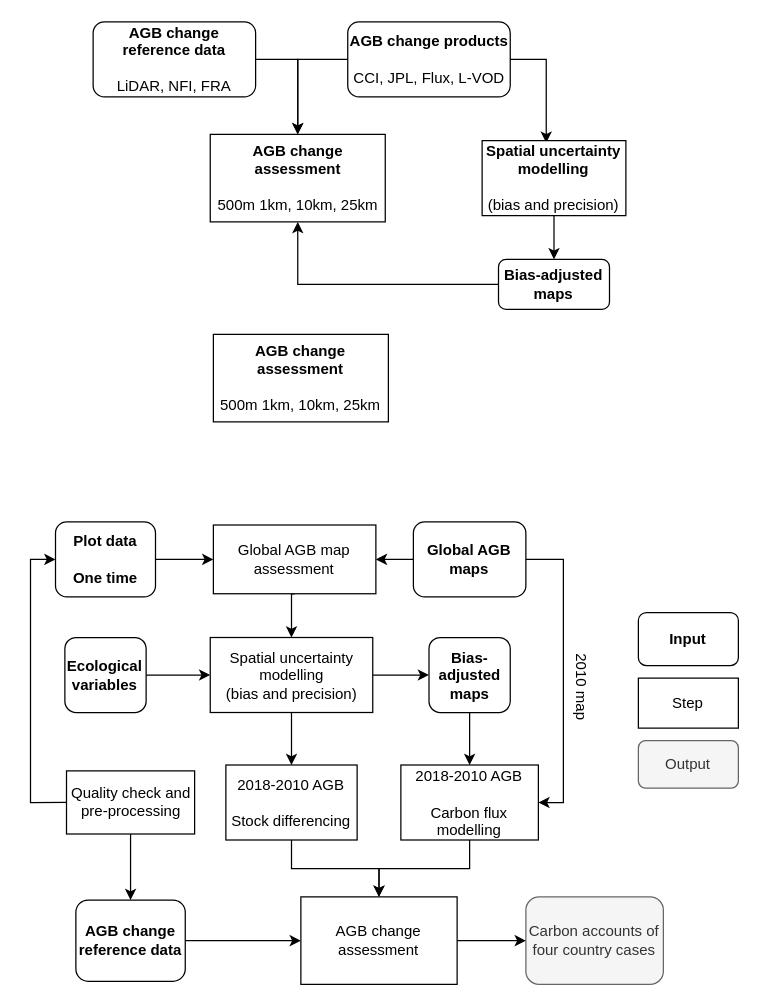
Before: paper2.drawio in arnanaraza/diagrams, a draw.io diagram. Source tidied: cells renumbered, new cells numbered last; positions are measured from the earlier drawing's top-left corner, leaving out a move shared by most shapes. Both pictures are drawn from the tidied source at 125%, with x=0, y=0 at pixel (55, 21).
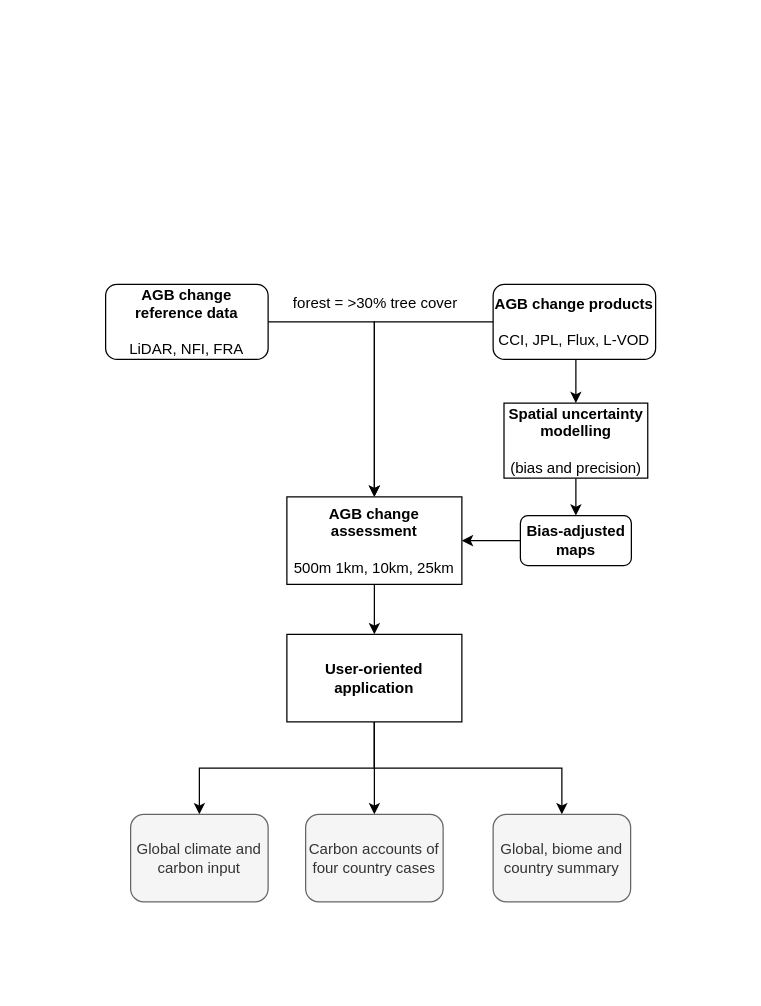
After the change.

Change to the diagram source:
```diff
@@
-    <mxCell id="2" style="edgeStyle=orthogonalEdgeStyle;rounded=0;jettySize=auto;html=1;exitX=0.5;exitY=1;exitDx=0;exitDy=0;entryX=0.5;entryY=0;entryDx=0;entryDy=0;" parent="1" edge="1" source="3" target="8">
-      <mxGeometry relative="1" as="geometry" />
-    </mxCell>
-    <mxCell id="3" value="2018-2010 AGB &lt;br&gt;&lt;br&gt;Stock differencing" style="rounded=0;whiteSpace=wrap;html=1;" parent="1" vertex="1">
-      <mxGeometry x="136.2" y="594.5" width="105" height="60" as="geometry" />
-    </mxCell>
-    <mxCell id="4" value="Carbon accounts of four country cases" style="rounded=1;whiteSpace=wrap;html=1;fillColor=#f5f5f5;strokeColor=#666666;fontColor=#333333;" parent="1" vertex="1">
-      <mxGeometry x="376.2" y="700" width="110" height="70" as="geometry" />
-    </mxCell>
-    <mxCell id="5" style="edgeStyle=orthogonalEdgeStyle;rounded=0;jettySize=auto;html=1;exitX=1;exitY=0.5;exitDx=0;exitDy=0;entryX=0;entryY=0.5;entryDx=0;entryDy=0;" parent="1" edge="1" source="6" target="10">
-      <mxGeometry relative="1" as="geometry" />
-    </mxCell>
-    <mxCell id="6" value="&lt;b style=&quot;font-family: &amp;#34;helvetica&amp;#34;&quot;&gt;Plot data&lt;br&gt;&lt;br&gt;One time&lt;br&gt;&lt;/b&gt;" style="rounded=1;whiteSpace=wrap;html=1;" parent="1" vertex="1">
-      <mxGeometry x="-0.1" y="400" width="80" height="60" as="geometry" />
-    </mxCell>
-    <mxCell id="7" style="edgeStyle=orthogonalEdgeStyle;rounded=0;jettySize=auto;html=1;exitX=1;exitY=0.5;exitDx=0;exitDy=0;entryX=0;entryY=0.5;entryDx=0;entryDy=0;" parent="1" edge="1" source="8" target="4">
-      <mxGeometry relative="1" as="geometry" />
-    </mxCell>
-    <mxCell id="8" value="AGB change assessment" style="rounded=1;whiteSpace=wrap;html=1;arcSize=0;" parent="1" vertex="1">
-      <mxGeometry x="196.2" y="700" width="125" height="70" as="geometry" />
-    </mxCell>
-    <mxCell id="9" style="edgeStyle=orthogonalEdgeStyle;rounded=0;jettySize=auto;html=1;exitX=0.5;exitY=1;exitDx=0;exitDy=0;entryX=0.5;entryY=0;entryDx=0;entryDy=0;" parent="1" edge="1" source="10" target="18">
-      <mxGeometry relative="1" as="geometry" />
-    </mxCell>
-    <mxCell id="10" value="Global AGB map assessment" style="rounded=0;whiteSpace=wrap;html=1;" parent="1" vertex="1">
-      <mxGeometry x="126.2" y="402.5" width="130" height="55" as="geometry" />
-    </mxCell>
-    <mxCell id="11" style="edgeStyle=orthogonalEdgeStyle;rounded=0;jettySize=auto;html=1;exitX=1;exitY=0.5;exitDx=0;exitDy=0;entryX=1;entryY=0.5;entryDx=0;entryDy=0;" parent="1" edge="1" source="13" target="22">
-      <mxGeometry relative="1" as="geometry" />
-    </mxCell>
-    <mxCell id="12" style="edgeStyle=orthogonalEdgeStyle;rounded=0;jettySize=auto;html=1;exitX=0;exitY=0.5;exitDx=0;exitDy=0;entryX=1;entryY=0.5;entryDx=0;entryDy=0;" parent="1" edge="1" source="13" target="10">
-      <mxGeometry relative="1" as="geometry" />
-    </mxCell>
-    <mxCell id="13" value="&lt;b&gt;Global AGB maps&lt;br&gt;&lt;/b&gt;" style="rounded=1;whiteSpace=wrap;html=1;" parent="1" vertex="1">
-      <mxGeometry x="286.2" y="400" width="90" height="60" as="geometry" />
-    </mxCell>
-    <mxCell id="14" style="edgeStyle=orthogonalEdgeStyle;rounded=0;jettySize=auto;html=1;exitX=1;exitY=0.5;exitDx=0;exitDy=0;entryX=0;entryY=0.5;entryDx=0;entryDy=0;" parent="1" edge="1" source="15" target="18">
-      <mxGeometry relative="1" as="geometry" />
-    </mxCell>
-    <mxCell id="15" value="&lt;b&gt;Ecological variables&lt;br&gt;&lt;/b&gt;" style="rounded=1;whiteSpace=wrap;html=1;" parent="1" vertex="1">
-      <mxGeometry x="7.4" y="492.5" width="65" height="60" as="geometry" />
-    </mxCell>
-    <mxCell id="16" style="edgeStyle=orthogonalEdgeStyle;rounded=0;jettySize=auto;html=1;exitX=0.5;exitY=1;exitDx=0;exitDy=0;entryX=0.5;entryY=0;entryDx=0;entryDy=0;" parent="1" edge="1" source="18" target="3">
-      <mxGeometry relative="1" as="geometry" />
-    </mxCell>
-    <mxCell id="17" style="edgeStyle=orthogonalEdgeStyle;rounded=0;jettySize=auto;html=1;exitX=1;exitY=0.5;exitDx=0;exitDy=0;entryX=0;entryY=0.5;entryDx=0;entryDy=0;" parent="1" edge="1" source="18" target="24">
-      <mxGeometry relative="1" as="geometry" />
-    </mxCell>
-    <mxCell id="18" value="Spatial uncertainty modelling &lt;br&gt;(bias and precision)" style="rounded=0;whiteSpace=wrap;html=1;" parent="1" vertex="1">
-      <mxGeometry x="123.7" y="492.5" width="130" height="60" as="geometry" />
-    </mxCell>
-    <mxCell id="19" style="edgeStyle=orthogonalEdgeStyle;rounded=0;jettySize=auto;html=1;exitX=1;exitY=0.5;exitDx=0;exitDy=0;entryX=0;entryY=0.5;entryDx=0;entryDy=0;" parent="1" edge="1" source="20" target="8">
-      <mxGeometry relative="1" as="geometry" />
-    </mxCell>
-    <mxCell id="20" value="&lt;b style=&quot;font-family: &amp;#34;helvetica&amp;#34;&quot;&gt;AGB change reference data&lt;br&gt;&lt;/b&gt;" style="rounded=1;whiteSpace=wrap;html=1;" parent="1" vertex="1">
-      <mxGeometry x="16.2" y="702.5" width="87.5" height="65" as="geometry" />
-    </mxCell>
-    <mxCell id="21" style="edgeStyle=orthogonalEdgeStyle;rounded=0;jettySize=auto;html=1;exitX=0.5;exitY=1;exitDx=0;exitDy=0;entryX=0.5;entryY=0;entryDx=0;entryDy=0;" parent="1" edge="1" source="22" target="8">
-      <mxGeometry relative="1" as="geometry" />
-    </mxCell>
-    <mxCell id="22" value="2018-2010 AGB&lt;br&gt;&lt;br&gt;Carbon flux modelling" style="rounded=0;whiteSpace=wrap;html=1;" parent="1" vertex="1">
-      <mxGeometry x="276.2" y="594.5" width="110" height="60" as="geometry" />
-    </mxCell>
-    <mxCell id="23" style="edgeStyle=orthogonalEdgeStyle;rounded=0;jettySize=auto;html=1;exitX=0.5;exitY=1;exitDx=0;exitDy=0;entryX=0.5;entryY=0;entryDx=0;entryDy=0;" parent="1" edge="1" source="24" target="22">
-      <mxGeometry relative="1" as="geometry" />
-    </mxCell>
-    <mxCell id="24" value="&lt;b&gt;Bias-adjusted maps&lt;br&gt;&lt;/b&gt;" style="rounded=1;whiteSpace=wrap;html=1;" parent="1" vertex="1">
-      <mxGeometry x="298.7" y="492.5" width="65" height="60" as="geometry" />
-    </mxCell>
-    <mxCell id="25" value="2010 map" style="text;html=1;align=center;verticalAlign=middle;whiteSpace=wrap;rounded=0;rotation=90;" parent="1" vertex="1">
-      <mxGeometry x="386.2" y="522.5" width="70" height="20" as="geometry" />
-    </mxCell>
-    <mxCell id="26" value="&lt;b&gt;Input&lt;br&gt;&lt;/b&gt;" style="rounded=1;whiteSpace=wrap;html=1;" parent="1" vertex="1">
-      <mxGeometry x="466.2" y="472.5" width="80" height="42.5" as="geometry" />
-    </mxCell>
-    <mxCell id="27" value="Step" style="rounded=0;whiteSpace=wrap;html=1;" parent="1" vertex="1">
-      <mxGeometry x="466.2" y="525" width="80" height="40" as="geometry" />
-    </mxCell>
-    <mxCell id="28" value="Output" style="rounded=1;whiteSpace=wrap;html=1;fillColor=#f5f5f5;strokeColor=#666666;fontColor=#333333;" parent="1" vertex="1">
-      <mxGeometry x="466.2" y="575" width="80" height="38" as="geometry" />
-    </mxCell>
-    <mxCell id="29" style="edgeStyle=orthogonalEdgeStyle;rounded=0;jettySize=auto;html=1;exitX=0.5;exitY=1;exitDx=0;exitDy=0;entryX=0.5;entryY=0;entryDx=0;entryDy=0;" parent="1" edge="1" source="31" target="20">
-      <mxGeometry relative="1" as="geometry" />
-    </mxCell>
-    <mxCell id="30" style="edgeStyle=orthogonalEdgeStyle;rounded=0;jettySize=auto;html=1;exitX=0;exitY=0.5;exitDx=0;exitDy=0;entryX=0;entryY=0.5;entryDx=0;entryDy=0;" parent="1" edge="1" source="31" target="6">
-      <mxGeometry relative="1" as="geometry" />
-    </mxCell>
-    <mxCell id="31" value="Quality check and pre-processing" style="rounded=1;whiteSpace=wrap;html=1;arcSize=0;" parent="1" vertex="1">
-      <mxGeometry x="8.7" y="599.2" width="102.5" height="50.5" as="geometry" />
-    </mxCell>
@@
     <mxCell id="33" value="&lt;b style=&quot;font-family: &amp;#34;helvetica&amp;#34;&quot;&gt;AGB change reference data&lt;/b&gt;&lt;br style=&quot;font-family: &amp;#34;helvetica&amp;#34;&quot;&gt;&lt;br style=&quot;font-family: &amp;#34;helvetica&amp;#34;&quot;&gt;&lt;span style=&quot;font-family: &amp;#34;helvetica&amp;#34;&quot;&gt;LiDAR, NFI, FRA&lt;/span&gt;" style="rounded=1;whiteSpace=wrap;html=1;shadow=0;glass=0;sketch=0;" parent="1" vertex="1">
-      <mxGeometry x="30" width="130" height="60" as="geometry" />
+      <mxGeometry x="40" y="210" width="130" height="60" as="geometry" />
     </mxCell>
@@
-    <mxCell id="35" style="edgeStyle=orthogonalEdgeStyle;rounded=0;jettySize=auto;html=1;exitX=1;exitY=0.5;exitDx=0;exitDy=0;entryX=0.446;entryY=0.03;entryDx=0;entryDy=0;entryPerimeter=0;" parent="1" edge="1" source="36" target="42">
+    <mxCell id="35" style="edgeStyle=orthogonalEdgeStyle;rounded=0;jettySize=auto;html=1;exitX=0.5;exitY=1;exitDx=0;exitDy=0;entryX=0.5;entryY=0;entryDx=0;entryDy=0;" parent="1" edge="1" source="36" target="42">
       <mxGeometry relative="1" as="geometry" />
     </mxCell>
     <mxCell id="36" value="&lt;b&gt;AGB change products&lt;br&gt;&lt;/b&gt;&lt;br&gt;CCI, JPL, Flux, L-VOD&lt;span style=&quot;font-family: &amp;#34;helvetica&amp;#34;&quot;&gt;&lt;br&gt;&lt;/span&gt;" style="rounded=1;whiteSpace=wrap;html=1;" parent="1" vertex="1">
-      <mxGeometry x="233.7" width="130" height="60" as="geometry" />
+      <mxGeometry x="350" y="210" width="130" height="60" as="geometry" />
     </mxCell>
-    <mxCell id="37" style="edgeStyle=orthogonalEdgeStyle;rounded=0;jettySize=auto;html=1;exitX=0;exitY=0.5;exitDx=0;exitDy=0;entryX=0.5;entryY=1;entryDx=0;entryDy=0;" parent="1" edge="1" source="38" target="39">
+    <mxCell id="37" style="edgeStyle=orthogonalEdgeStyle;rounded=0;jettySize=auto;html=1;exitX=0;exitY=0.5;exitDx=0;exitDy=0;entryX=1;entryY=0.5;entryDx=0;entryDy=0;" parent="1" edge="1" source="38" target="39">
       <mxGeometry relative="1" as="geometry" />
     </mxCell>
     <mxCell id="38" value="&lt;b&gt;Bias-adjusted maps&lt;br&gt;&lt;/b&gt;" style="rounded=1;whiteSpace=wrap;html=1;" parent="1" vertex="1">
-      <mxGeometry x="354.3" y="190" width="88.8" height="40" as="geometry" />
+      <mxGeometry x="371.8" y="395" width="88.8" height="40" as="geometry" />
     </mxCell>
+    <mxCell id="43" style="edgeStyle=orthogonalEdgeStyle;rounded=0;jettySize=auto;html=1;exitX=0.5;exitY=1;exitDx=0;exitDy=0;entryX=0.5;entryY=0;entryDx=0;entryDy=0;" parent="1" edge="1" source="39" target="40">
+      <mxGeometry relative="1" as="geometry" />
+    </mxCell>
     <mxCell id="39" value="&lt;b&gt;AGB change assessment&lt;/b&gt;&lt;br&gt;&lt;br&gt;500m 1km, 10km, 25km" style="rounded=0;whiteSpace=wrap;html=1;" parent="1" vertex="1">
-      <mxGeometry x="123.7" y="90" width="140" height="70" as="geometry" />
+      <mxGeometry x="185" y="380" width="140" height="70" as="geometry" />
     </mxCell>
+    <mxCell id="44" style="edgeStyle=orthogonalEdgeStyle;rounded=0;jettySize=auto;html=1;exitX=0.5;exitY=1;exitDx=0;exitDy=0;entryX=0.5;entryY=0;entryDx=0;entryDy=0;" parent="1" edge="1" source="40" target="4">
+      <mxGeometry relative="1" as="geometry" />
+    </mxCell>
+    <mxCell id="45" style="edgeStyle=orthogonalEdgeStyle;rounded=0;jettySize=auto;html=1;exitX=0.5;exitY=1;exitDx=0;exitDy=0;entryX=0.5;entryY=0;entryDx=0;entryDy=0;" parent="1" edge="1" source="40" target="48">
+      <mxGeometry relative="1" as="geometry" />
+    </mxCell>
+    <mxCell id="46" style="edgeStyle=orthogonalEdgeStyle;rounded=0;jettySize=auto;html=1;exitX=0.5;exitY=1;exitDx=0;exitDy=0;entryX=0.5;entryY=0;entryDx=0;entryDy=0;" parent="1" edge="1" source="40" target="49">
+      <mxGeometry relative="1" as="geometry" />
+    </mxCell>
-    <mxCell id="40" value="&lt;b&gt;AGB change assessment&lt;/b&gt;&lt;br&gt;&lt;br&gt;500m 1km, 10km, 25km" style="rounded=0;whiteSpace=wrap;html=1;" parent="1" vertex="1">
-      <mxGeometry x="126.2" y="250" width="140" height="70" as="geometry" />
+    <mxCell id="40" value="&lt;b&gt;User-oriented application&lt;/b&gt;" style="rounded=0;whiteSpace=wrap;html=1;" parent="1" vertex="1">
+      <mxGeometry x="185" y="490" width="140" height="70" as="geometry" />
     </mxCell>
@@
     <mxCell id="42" value="&lt;b&gt;Spatial uncertainty modelling &lt;br&gt;&lt;/b&gt;&lt;br&gt;(bias and precision)" style="rounded=0;whiteSpace=wrap;html=1;" parent="1" vertex="1">
-      <mxGeometry x="341.2" y="95" width="115" height="60" as="geometry" />
+      <mxGeometry x="358.7" y="305" width="115" height="60" as="geometry" />
     </mxCell>
+    <mxCell id="47" value="forest = &amp;gt;30% tree cover" style="text;html=1;strokeColor=none;fillColor=none;align=center;verticalAlign=middle;whiteSpace=wrap;rounded=0;" parent="1" vertex="1">
+      <mxGeometry x="157.4" y="210" width="197.5" height="30" as="geometry" />
+    </mxCell>
+    <mxCell id="4" value="Carbon accounts of four country cases" style="rounded=1;whiteSpace=wrap;html=1;fillColor=#f5f5f5;strokeColor=#666666;fontColor=#333333;" parent="1" vertex="1">
+      <mxGeometry x="200" y="634" width="110" height="70" as="geometry" />
+    </mxCell>
+    <mxCell id="48" value="Global climate and carbon input" style="rounded=1;whiteSpace=wrap;html=1;fillColor=#f5f5f5;strokeColor=#666666;fontColor=#333333;" parent="1" vertex="1">
+      <mxGeometry x="60" y="634" width="110" height="70" as="geometry" />
+    </mxCell>
+    <mxCell id="49" value="Global, biome and country summary" style="rounded=1;whiteSpace=wrap;html=1;fillColor=#f5f5f5;strokeColor=#666666;fontColor=#333333;" parent="1" vertex="1">
+      <mxGeometry x="350" y="634" width="110" height="70" as="geometry" />
+    </mxCell>
```
